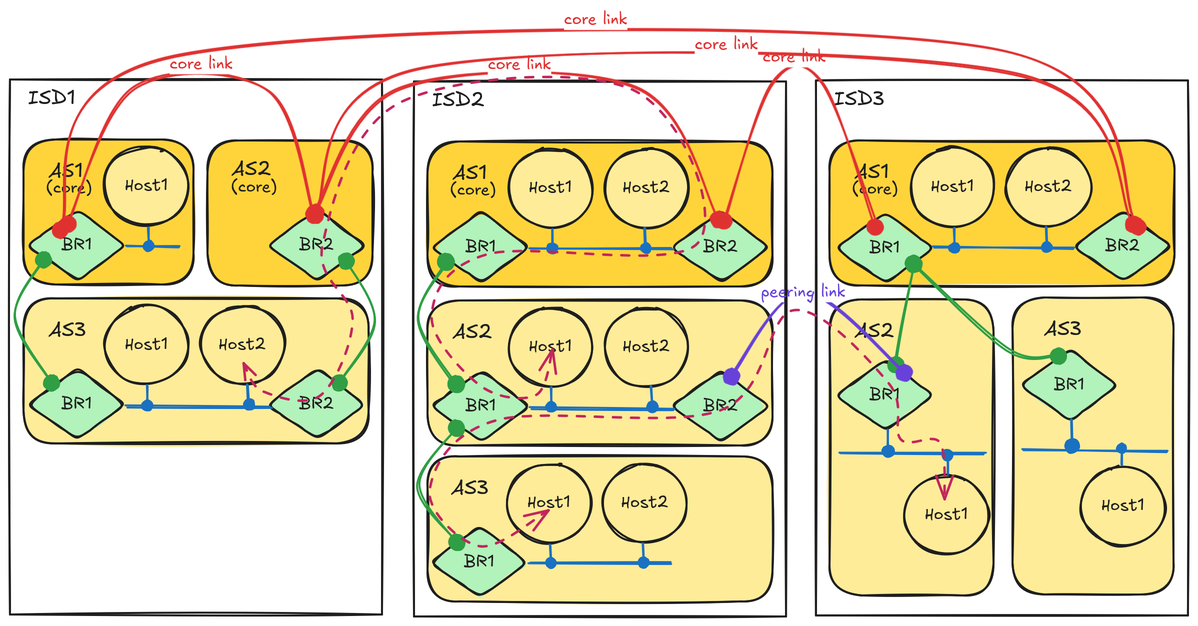
scionproto/scion keeps this Excalidraw diagram as doc/fig/overview-topology.excalidraw.png. Above is the earlier version. Source tidied: one line per element, renumbered; positions are measured from the earlier drawing's top-left corner, leaving out a move shared by most shapes.
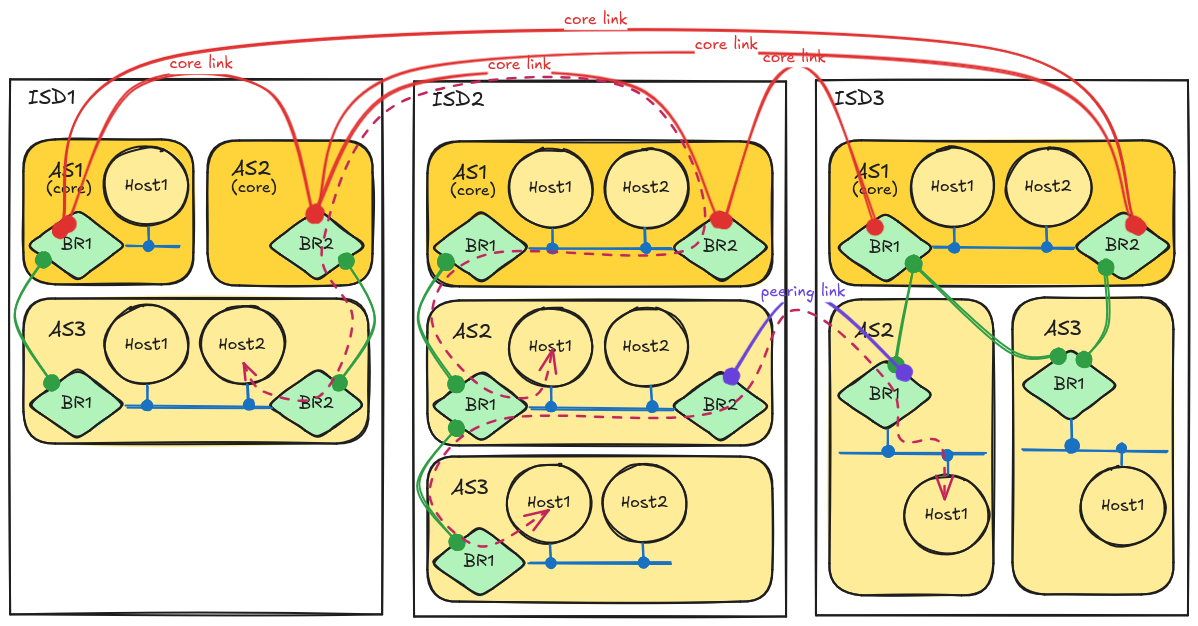
The same file after the commit.

Commit message:
Implement some reviewer's suggestion.

Change to the diagram source:
```diff
@@ -99,6 +99,7 @@
 {"id": 98, "type": "arrow", "strokeColor": "#1971c2", "strokeWidth": 2, "roughness": 1, "endArrowhead": "circle", "round": true, "from": 79, "x": 944, "y": 190, "width": 1, "height": 19, "points": [[0, 0], [1, 19]]}
 {"id": 99, "type": "arrow", "strokeColor": "#1971c2", "strokeWidth": 2, "roughness": 1, "endArrowhead": "circle", "round": true, "from": 77, "x": 1037, "y": 189, "width": 1, "height": 19, "points": [[0, 0], [1, 19]]}
 {"id": 100, "type": "arrow", "strokeColor": "#2f9e44", "strokeWidth": 2, "roughness": 1, "startArrowhead": "circle", "endArrowhead": "circle", "round": true, "from": 89, "to": 83, "x": 1048, "y": 318, "width": 145, "height": 92, "points": [[0, 0], [-50, -6], [-145, -92]]}
+{"id": 123, "type": "arrow", "strokeColor": "#2f9e44", "strokeWidth": 2, "roughness": 1, "startArrowhead": "circle", "endArrowhead": "circle", "round": true, "from": 89, "to": 85, "x": 1073, "y": 321, "width": 24, "height": 91, "points": [[0, 0], [24, -33], [22, -91]]}
 {"id": 101, "type": "arrow", "strokeColor": "#2f9e44", "strokeWidth": 2, "roughness": 1, "startArrowhead": "circle", "endArrowhead": "circle", "round": true, "from": 95, "to": 83, "x": 886, "y": 327, "width": 17, "height": 102, "points": [[0, 0], [6, -41], [17, -102]]}
 {"id": 102, "type": "text", "text": "(core)", "strokeColor": "#1e1e1e", "strokeWidth": 2, "roughness": 1, "fontSize": 16, "fontFamily": 5, "x": 842, "y": 141, "width": 46, "height": 20}
 {"id": 103, "type": "arrow", "strokeColor": "#e03131", "backgroundColor": "#fab005", "fillStyle": "solid", "strokeWidth": 2, "roughness": 1, "startArrowhead": "circle", "endArrowhead": "circle", "round": true, "from": 8, "to": 39, "x": 305, "y": 167, "width": 403, "height": 133, "points": [[0, 0], [84, -124], [319, -126], [403, 7]]}
```
